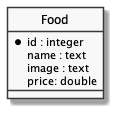
ifpb/lp2 keeps this PlantUML diagram as classnotes/11/assets/database.png. Above is the earlier version.
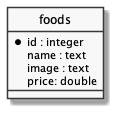
After the commit.

The edit, as a diff of the source:
```diff
@@ -3,7 +3,7 @@
 skinparam linetype ortho
 skinparam monochrome true
 
-entity "Food" as food {
+entity "foods" as food {
   *id : integer
   name : text
   image : text
```
